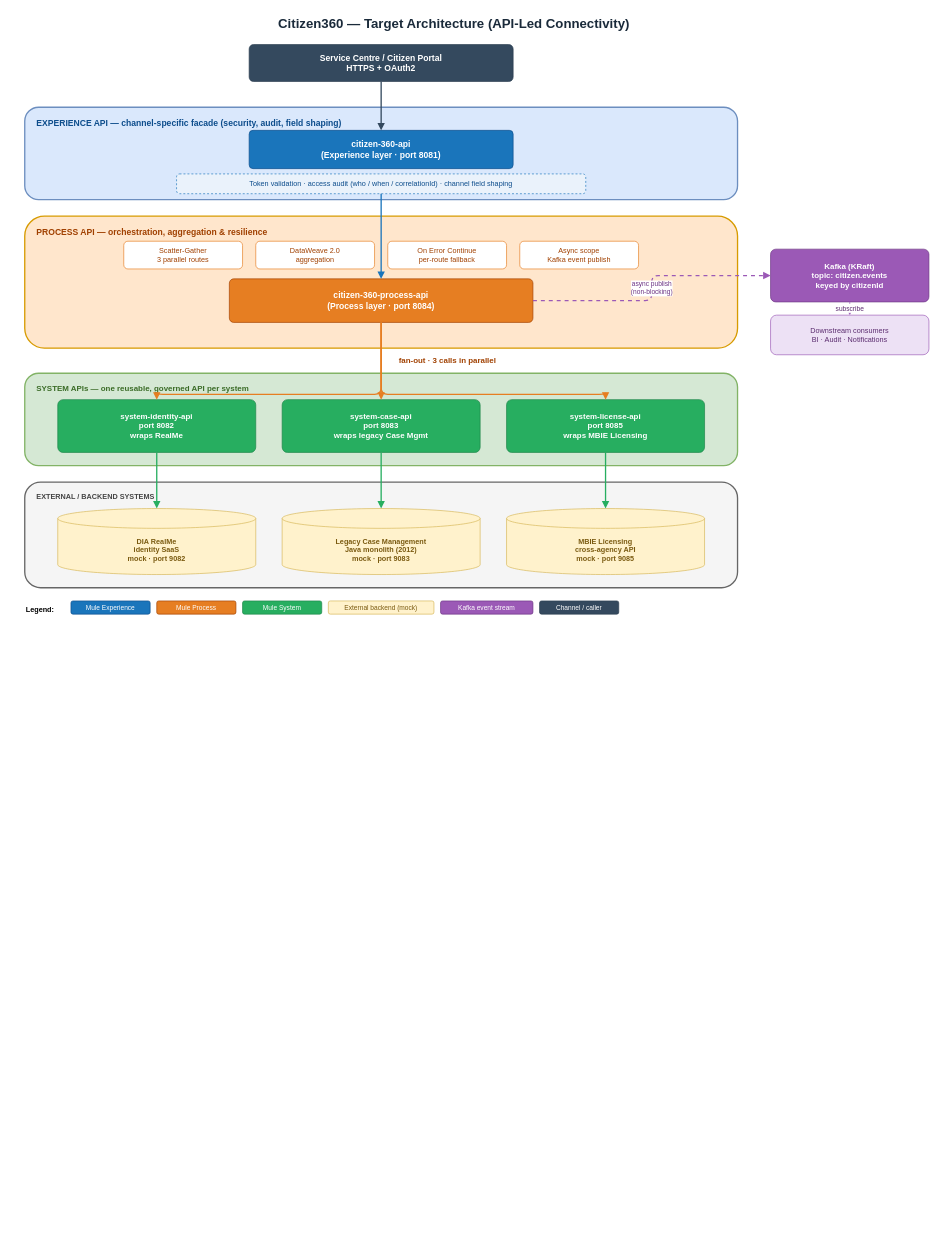
Before: docs/target-architecture.drawio in Bellick-Jiao/mulesoft-citizen360, a draw.io diagram. Source tidied: cells renumbered, new cells numbered last; positions are measured from the earlier drawing's top-left corner, leaving out a move shared by most shapes. Both pictures are drawn from the tidied source at 66%, with x=0, y=0 at pixel (24, 11).
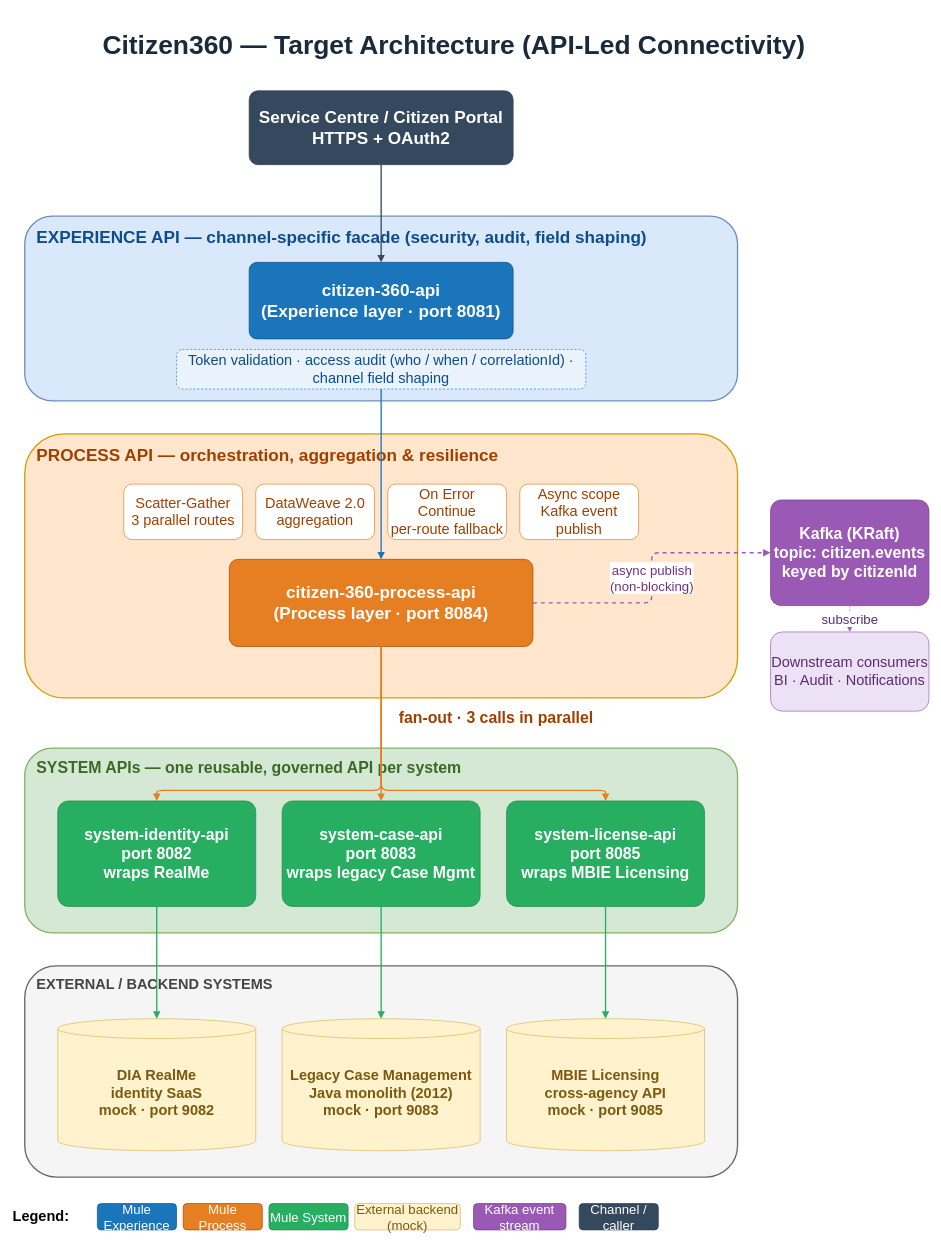
The same diagram, later.

What changed in the source:
```diff
@@
-    <mxCell id="2" value="Citizen360 — Target Architecture (API-Led Connectivity)" style="text;html=1;fontSize=20;fontStyle=1;align=center;fontColor=#1a2a3a;" parent="1" vertex="1">
-      <mxGeometry x="300" width="700" height="32" as="geometry" />
+    <mxCell id="2" value="Citizen360 — Target Architecture (API-Led Connectivity)" style="text;html=1;fontSize=40;fontStyle=1;align=center;fontColor=#1a2a3a;" parent="1" vertex="1">
+      <mxGeometry x="300" y="20" width="700" height="64" as="geometry" />
     </mxCell>
-    <mxCell id="3" value="Service Centre / Citizen Portal&#10;HTTPS + OAuth2" style="rounded=1;whiteSpace=wrap;html=1;fillColor=#34495e;strokeColor=#2c3e50;fontColor=#ffffff;fontSize=13;fontStyle=1;arcSize=12;" parent="1" vertex="1">
-      <mxGeometry x="340" y="50" width="400" height="56" as="geometry" />
+    <mxCell id="3" value="Service Centre / Citizen Portal&#10;HTTPS + OAuth2" style="rounded=1;whiteSpace=wrap;html=1;fillColor=#34495e;strokeColor=#2c3e50;fontColor=#ffffff;fontSize=26;fontStyle=1;arcSize=12;" parent="1" vertex="1">
+      <mxGeometry x="340" y="120" width="400" height="112" as="geometry" />
     </mxCell>
-    <mxCell id="4" value="EXPERIENCE API — channel-specific facade (security, audit, field shaping)" style="rounded=1;whiteSpace=wrap;html=1;fillColor=#dae8fc;strokeColor=#6c8ebf;strokeWidth=2;verticalAlign=top;fontStyle=1;fontSize=13;align=left;spacingLeft=16;spacingTop=10;fontColor=#0d4d8c;" parent="1" vertex="1">
-      <mxGeometry y="145" width="1080" height="140" as="geometry" />
+    <mxCell id="4" value="EXPERIENCE API — channel-specific facade (security, audit, field shaping)" style="rounded=1;whiteSpace=wrap;html=1;fillColor=#dae8fc;strokeColor=#6c8ebf;strokeWidth=2;verticalAlign=top;fontStyle=1;fontSize=26;align=left;spacingLeft=16;spacingTop=10;fontColor=#0d4d8c;" parent="1" vertex="1">
+      <mxGeometry y="310" width="1080" height="280" as="geometry" />
     </mxCell>
-    <mxCell id="5" value="citizen-360-api&#10;(Experience layer · port 8081)" style="rounded=1;whiteSpace=wrap;html=1;fillColor=#1a75bb;strokeColor=#0d4d8c;fontColor=#ffffff;fontSize=13;fontStyle=1;arcSize=10;" parent="1" vertex="1">
-      <mxGeometry x="340" y="180" width="400" height="58" as="geometry" />
+    <mxCell id="5" value="citizen-360-api&#10;(Experience layer · port 8081)" style="rounded=1;whiteSpace=wrap;html=1;fillColor=#1a75bb;strokeColor=#0d4d8c;fontColor=#ffffff;fontSize=26;fontStyle=1;arcSize=10;" parent="1" vertex="1">
+      <mxGeometry x="340" y="380" width="400" height="116" as="geometry" />
     </mxCell>
-    <mxCell id="6" value="Token validation · access audit (who / when / correlationId) · channel field shaping" style="rounded=1;whiteSpace=wrap;html=1;fillColor=#eaf2fb;strokeColor=#1a75bb;fontSize=11;dashed=1;fontColor=#0d4d8c;" parent="1" vertex="1">
-      <mxGeometry x="230" y="246" width="620" height="30" as="geometry" />
+    <mxCell id="6" value="Token validation · access audit (who / when / correlationId) · channel field shaping" style="rounded=1;whiteSpace=wrap;html=1;fillColor=#eaf2fb;strokeColor=#1a75bb;fontSize=22;dashed=1;fontColor=#0d4d8c;" parent="1" vertex="1">
+      <mxGeometry x="230" y="512" width="620" height="60" as="geometry" />
     </mxCell>
-    <mxCell id="7" value="PROCESS API — orchestration, aggregation &amp; resilience" style="rounded=1;whiteSpace=wrap;html=1;fillColor=#ffe6cc;strokeColor=#d79b00;strokeWidth=2;verticalAlign=top;fontStyle=1;fontSize=13;align=left;spacingLeft=16;spacingTop=10;fontColor=#a04000;" parent="1" vertex="1">
-      <mxGeometry y="310" width="1080" height="200" as="geometry" />
+    <mxCell id="7" value="PROCESS API — orchestration, aggregation &amp; resilience" style="rounded=1;whiteSpace=wrap;html=1;fillColor=#ffe6cc;strokeColor=#d79b00;strokeWidth=2;verticalAlign=top;fontStyle=1;fontSize=26;align=left;spacingLeft=16;spacingTop=10;fontColor=#a04000;" parent="1" vertex="1">
+      <mxGeometry y="640" width="1080" height="400" as="geometry" />
     </mxCell>
-    <mxCell id="8" value="Scatter-Gather&#10;3 parallel routes" style="rounded=1;whiteSpace=wrap;html=1;fillColor=#ffffff;strokeColor=#e67e22;fontSize=11;fontColor=#a04000;" parent="1" vertex="1">
-      <mxGeometry x="150" y="348" width="180" height="42" as="geometry" />
+    <mxCell id="8" value="Scatter-Gather&#10;3 parallel routes" style="rounded=1;whiteSpace=wrap;html=1;fillColor=#ffffff;strokeColor=#e67e22;fontSize=22;fontColor=#a04000;" parent="1" vertex="1">
+      <mxGeometry x="150" y="716" width="180" height="84" as="geometry" />
     </mxCell>
-    <mxCell id="9" value="DataWeave 2.0&#10;aggregation" style="rounded=1;whiteSpace=wrap;html=1;fillColor=#ffffff;strokeColor=#e67e22;fontSize=11;fontColor=#a04000;" parent="1" vertex="1">
-      <mxGeometry x="350" y="348" width="180" height="42" as="geometry" />
+    <mxCell id="9" value="DataWeave 2.0&#10;aggregation" style="rounded=1;whiteSpace=wrap;html=1;fillColor=#ffffff;strokeColor=#e67e22;fontSize=22;fontColor=#a04000;" parent="1" vertex="1">
+      <mxGeometry x="350" y="716" width="180" height="84" as="geometry" />
     </mxCell>
-    <mxCell id="10" value="On Error Continue&#10;per-route fallback" style="rounded=1;whiteSpace=wrap;html=1;fillColor=#ffffff;strokeColor=#e67e22;fontSize=11;fontColor=#a04000;" parent="1" vertex="1">
-      <mxGeometry x="550" y="348" width="180" height="42" as="geometry" />
+    <mxCell id="10" value="On Error Continue&#10;per-route fallback" style="rounded=1;whiteSpace=wrap;html=1;fillColor=#ffffff;strokeColor=#e67e22;fontSize=22;fontColor=#a04000;" parent="1" vertex="1">
+      <mxGeometry x="550" y="716" width="180" height="84" as="geometry" />
     </mxCell>
-    <mxCell id="11" value="Async scope&#10;Kafka event publish" style="rounded=1;whiteSpace=wrap;html=1;fillColor=#ffffff;strokeColor=#e67e22;fontSize=11;fontColor=#a04000;" parent="1" vertex="1">
-      <mxGeometry x="750" y="348" width="180" height="42" as="geometry" />
+    <mxCell id="11" value="Async scope&#10;Kafka event publish" style="rounded=1;whiteSpace=wrap;html=1;fillColor=#ffffff;strokeColor=#e67e22;fontSize=22;fontColor=#a04000;" parent="1" vertex="1">
+      <mxGeometry x="750" y="716" width="180" height="84" as="geometry" />
     </mxCell>
-    <mxCell id="12" value="citizen-360-process-api&#10;(Process layer · port 8084)" style="rounded=1;whiteSpace=wrap;html=1;fillColor=#e67e22;strokeColor=#a04000;fontColor=#ffffff;fontSize=13;fontStyle=1;arcSize=10;" parent="1" vertex="1">
-      <mxGeometry x="310" y="405" width="460" height="66" as="geometry" />
+    <mxCell id="12" value="citizen-360-process-api&#10;(Process layer · port 8084)" style="rounded=1;whiteSpace=wrap;html=1;fillColor=#e67e22;strokeColor=#a04000;fontColor=#ffffff;fontSize=26;fontStyle=1;arcSize=10;" parent="1" vertex="1">
+      <mxGeometry x="310" y="830" width="460" height="132" as="geometry" />
     </mxCell>
-    <mxCell id="13" value="fan-out · 3 calls in parallel" style="text;html=1;fontSize=12;fontStyle=1;align=left;fontColor=#a04000;labelBackgroundColor=#ffffff;" parent="1" vertex="1">
-      <mxGeometry x="565" y="515" width="230" height="18" as="geometry" />
+    <mxCell id="13" value="fan-out · 3 calls in parallel" style="text;html=1;fontSize=24;fontStyle=1;align=left;fontColor=#a04000;labelBackgroundColor=#ffffff;" parent="1" vertex="1">
+      <mxGeometry x="565" y="1050" width="230" height="36" as="geometry" />
     </mxCell>
-    <mxCell id="14" value="SYSTEM APIs — one reusable, governed API per system" style="rounded=1;whiteSpace=wrap;html=1;fillColor=#d5e8d4;strokeColor=#82b366;strokeWidth=2;verticalAlign=top;fontStyle=1;fontSize=12;align=left;spacingLeft=16;spacingTop=9;fontColor=#3a6b26;" parent="1" vertex="1">
-      <mxGeometry y="548" width="1080" height="140" as="geometry" />
+    <mxCell id="14" value="SYSTEM APIs — one reusable, governed API per system" style="rounded=1;whiteSpace=wrap;html=1;fillColor=#d5e8d4;strokeColor=#82b366;strokeWidth=2;verticalAlign=top;fontStyle=1;fontSize=24;align=left;spacingLeft=16;spacingTop=9;fontColor=#3a6b26;" parent="1" vertex="1">
+      <mxGeometry y="1116" width="1080" height="280" as="geometry" />
     </mxCell>
-    <mxCell id="15" value="system-identity-api&#10;port 8082&#10;wraps RealMe" style="rounded=1;whiteSpace=wrap;html=1;fillColor=#27ae60;strokeColor=#1e8449;fontColor=#ffffff;fontSize=12;fontStyle=1;arcSize=10;" parent="1" vertex="1">
-      <mxGeometry x="50" y="588" width="300" height="80" as="geometry" />
+    <mxCell id="15" value="system-identity-api&#10;port 8082&#10;wraps RealMe" style="rounded=1;whiteSpace=wrap;html=1;fillColor=#27ae60;strokeColor=#1e8449;fontColor=#ffffff;fontSize=24;fontStyle=1;arcSize=10;" parent="1" vertex="1">
+      <mxGeometry x="50" y="1196" width="300" height="160" as="geometry" />
     </mxCell>
-    <mxCell id="16" value="system-case-api&#10;port 8083&#10;wraps legacy Case Mgmt" style="rounded=1;whiteSpace=wrap;html=1;fillColor=#27ae60;strokeColor=#1e8449;fontColor=#ffffff;fontSize=12;fontStyle=1;arcSize=10;" parent="1" vertex="1">
-      <mxGeometry x="390" y="588" width="300" height="80" as="geometry" />
+    <mxCell id="16" value="system-case-api&#10;port 8083&#10;wraps legacy Case Mgmt" style="rounded=1;whiteSpace=wrap;html=1;fillColor=#27ae60;strokeColor=#1e8449;fontColor=#ffffff;fontSize=24;fontStyle=1;arcSize=10;" parent="1" vertex="1">
+      <mxGeometry x="390" y="1196" width="300" height="160" as="geometry" />
     </mxCell>
-    <mxCell id="17" value="system-license-api&#10;port 8085&#10;wraps MBIE Licensing" style="rounded=1;whiteSpace=wrap;html=1;fillColor=#27ae60;strokeColor=#1e8449;fontColor=#ffffff;fontSize=12;fontStyle=1;arcSize=10;" parent="1" vertex="1">
-      <mxGeometry x="730" y="588" width="300" height="80" as="geometry" />
+    <mxCell id="17" value="system-license-api&#10;port 8085&#10;wraps MBIE Licensing" style="rounded=1;whiteSpace=wrap;html=1;fillColor=#27ae60;strokeColor=#1e8449;fontColor=#ffffff;fontSize=24;fontStyle=1;arcSize=10;" parent="1" vertex="1">
+      <mxGeometry x="730" y="1196" width="300" height="160" as="geometry" />
     </mxCell>
-    <mxCell id="18" value="EXTERNAL / BACKEND SYSTEMS" style="rounded=1;whiteSpace=wrap;html=1;fillColor=#f5f5f5;strokeColor=#666666;strokeWidth=2;verticalAlign=top;fontStyle=1;fontSize=11;align=left;spacingLeft=16;spacingTop=9;fontColor=#444444;" parent="1" vertex="1">
-      <mxGeometry y="713" width="1080" height="160" as="geometry" />
+    <mxCell id="18" value="EXTERNAL / BACKEND SYSTEMS" style="rounded=1;whiteSpace=wrap;html=1;fillColor=#f5f5f5;strokeColor=#666666;strokeWidth=2;verticalAlign=top;fontStyle=1;fontSize=22;align=left;spacingLeft=16;spacingTop=9;fontColor=#444444;" parent="1" vertex="1">
+      <mxGeometry y="1446" width="1080" height="320" as="geometry" />
     </mxCell>
-    <mxCell id="19" value="DIA RealMe&#10;identity SaaS&#10;mock · port 9082" style="shape=cylinder3;whiteSpace=wrap;html=1;boundedLbl=1;fillColor=#fff2cc;strokeColor=#d6b656;fontSize=11;fontStyle=1;fontColor=#7a5a10;" parent="1" vertex="1">
-      <mxGeometry x="50" y="753" width="300" height="100" as="geometry" />
+    <mxCell id="19" value="DIA RealMe&#10;identity SaaS&#10;mock · port 9082" style="shape=cylinder3;whiteSpace=wrap;html=1;boundedLbl=1;fillColor=#fff2cc;strokeColor=#d6b656;fontSize=22;fontStyle=1;fontColor=#7a5a10;" parent="1" vertex="1">
+      <mxGeometry x="50" y="1526" width="300" height="200" as="geometry" />
     </mxCell>
-    <mxCell id="20" value="Legacy Case Management&#10;Java monolith (2012)&#10;mock · port 9083" style="shape=cylinder3;whiteSpace=wrap;html=1;boundedLbl=1;fillColor=#fff2cc;strokeColor=#d6b656;fontSize=11;fontStyle=1;fontColor=#7a5a10;" parent="1" vertex="1">
-      <mxGeometry x="390" y="753" width="300" height="100" as="geometry" />
+    <mxCell id="20" value="Legacy Case Management&#10;Java monolith (2012)&#10;mock · port 9083" style="shape=cylinder3;whiteSpace=wrap;html=1;boundedLbl=1;fillColor=#fff2cc;strokeColor=#d6b656;fontSize=22;fontStyle=1;fontColor=#7a5a10;" parent="1" vertex="1">
+      <mxGeometry x="390" y="1526" width="300" height="200" as="geometry" />
     </mxCell>
-    <mxCell id="21" value="MBIE Licensing&#10;cross-agency API&#10;mock · port 9085" style="shape=cylinder3;whiteSpace=wrap;html=1;boundedLbl=1;fillColor=#fff2cc;strokeColor=#d6b656;fontSize=11;fontStyle=1;fontColor=#7a5a10;" parent="1" vertex="1">
-      <mxGeometry x="730" y="753" width="300" height="100" as="geometry" />
+    <mxCell id="21" value="MBIE Licensing&#10;cross-agency API&#10;mock · port 9085" style="shape=cylinder3;whiteSpace=wrap;html=1;boundedLbl=1;fillColor=#fff2cc;strokeColor=#d6b656;fontSize=22;fontStyle=1;fontColor=#7a5a10;" parent="1" vertex="1">
+      <mxGeometry x="730" y="1526" width="300" height="200" as="geometry" />
     </mxCell>
-    <mxCell id="22" value="Kafka (KRaft)&#10;topic: citizen.events&#10;keyed by citizenId" style="rounded=1;whiteSpace=wrap;html=1;fillColor=#9b59b6;strokeColor=#6c3483;fontColor=#ffffff;fontSize=12;fontStyle=1;arcSize=10;" parent="1" vertex="1">
-      <mxGeometry x="1130" y="360" width="240" height="80" as="geometry" />
+    <mxCell id="22" value="Kafka (KRaft)&#10;topic: citizen.events&#10;keyed by citizenId" style="rounded=1;whiteSpace=wrap;html=1;fillColor=#9b59b6;strokeColor=#6c3483;fontColor=#ffffff;fontSize=24;fontStyle=1;arcSize=10;" parent="1" vertex="1">
+      <mxGeometry x="1130" y="740" width="240" height="160" as="geometry" />
     </mxCell>
-    <mxCell id="23" value="Downstream consumers&#10;BI · Audit · Notifications" style="rounded=1;whiteSpace=wrap;html=1;fillColor=#ede1f5;strokeColor=#9b59b6;fontSize=11;fontColor=#5b2c6f;" parent="1" vertex="1">
-      <mxGeometry x="1130" y="460" width="240" height="60" as="geometry" />
+    <mxCell id="23" value="Downstream consumers&#10;BI · Audit · Notifications" style="rounded=1;whiteSpace=wrap;html=1;fillColor=#ede1f5;strokeColor=#9b59b6;fontSize=22;fontColor=#5b2c6f;" parent="1" vertex="1">
+      <mxGeometry x="1130" y="940" width="240" height="120" as="geometry" />
     </mxCell>
@@
     <mxCell id="26" style="edgeStyle=orthogonalEdgeStyle;rounded=1;html=1;strokeWidth=2;strokeColor=#e67e22;endArrow=block;exitX=0.5;exitY=1;entryX=0.5;entryY=0;" parent="1" edge="1" source="12" target="15">
       <mxGeometry relative="1" as="geometry">
         <Array as="points">
-          <mxPoint x="540" y="580" />
-          <mxPoint x="200" y="580" />
+          <mxPoint x="540" y="1180" />
+          <mxPoint x="200" y="1180" />
         </Array>
       </mxGeometry>
     </mxCell>
@@
     <mxCell id="28" style="edgeStyle=orthogonalEdgeStyle;rounded=1;html=1;strokeWidth=2;strokeColor=#e67e22;endArrow=block;exitX=0.5;exitY=1;entryX=0.5;entryY=0;" parent="1" edge="1" source="12" target="17">
       <mxGeometry relative="1" as="geometry">
         <Array as="points">
-          <mxPoint x="540" y="580" />
-          <mxPoint x="880" y="580" />
+          <mxPoint x="540" y="1180" />
+          <mxPoint x="880" y="1180" />
         </Array>
       </mxGeometry>
     </mxCell>
@@
-    <mxCell id="32" value="async publish&#10;(non-blocking)" style="edgeStyle=orthogonalEdgeStyle;rounded=1;html=1;strokeWidth=2;strokeColor=#9b59b6;dashed=1;endArrow=block;exitX=1;exitY=0.5;entryX=0;entryY=0.5;fontSize=10;fontColor=#6c3483;" parent="1" edge="1" source="12" target="22">
+    <mxCell id="32" value="async publish&#10;(non-blocking)" style="edgeStyle=orthogonalEdgeStyle;rounded=1;html=1;strokeWidth=2;strokeColor=#9b59b6;dashed=1;endArrow=block;exitX=1;exitY=0.5;entryX=0;entryY=0.5;fontSize=20;fontColor=#6c3483;" parent="1" edge="1" source="12" target="22">
       <mxGeometry relative="1" as="geometry" />
     </mxCell>
-    <mxCell id="33" value="subscribe" style="edgeStyle=orthogonalEdgeStyle;rounded=1;html=1;strokeWidth=1;strokeColor=#9b59b6;dashed=1;endArrow=block;exitX=0.5;exitY=1;entryX=0.5;entryY=0;fontSize=10;fontColor=#5b2c6f;" parent="1" edge="1" source="22" target="23">
+    <mxCell id="33" value="subscribe" style="edgeStyle=orthogonalEdgeStyle;rounded=1;html=1;strokeWidth=1;strokeColor=#9b59b6;dashed=1;endArrow=block;exitX=0.5;exitY=1;entryX=0.5;entryY=0;fontSize=20;fontColor=#5b2c6f;" parent="1" edge="1" source="22" target="23">
       <mxGeometry relative="1" as="geometry" />
     </mxCell>
-    <mxCell id="34" value="Legend:" style="text;html=1;fontSize=11;fontStyle=1;align=left;" parent="1" vertex="1">
-      <mxGeometry y="893" width="60" height="20" as="geometry" />
+    <mxCell id="34" value="Legend:" style="text;html=1;fontSize=22;fontStyle=1;align=left;" parent="1" vertex="1">
+      <mxGeometry x="-20" y="1806" width="120" height="40" as="geometry" />
     </mxCell>
-    <mxCell id="35" value="Mule Experience" style="rounded=1;whiteSpace=wrap;html=1;fillColor=#1a75bb;strokeColor=#0d4d8c;fontColor=#ffffff;fontSize=10;" parent="1" vertex="1">
-      <mxGeometry x="70" y="893" width="120" height="20" as="geometry" />
+    <mxCell id="35" value="Mule Experience" style="rounded=1;whiteSpace=wrap;html=1;fillColor=#1a75bb;strokeColor=#0d4d8c;fontColor=#ffffff;fontSize=20;" parent="1" vertex="1">
+      <mxGeometry x="110" y="1806" width="120" height="40" as="geometry" />
     </mxCell>
-    <mxCell id="36" value="Mule Process" style="rounded=1;whiteSpace=wrap;html=1;fillColor=#e67e22;strokeColor=#a04000;fontColor=#ffffff;fontSize=10;" parent="1" vertex="1">
-      <mxGeometry x="200" y="893" width="120" height="20" as="geometry" />
+    <mxCell id="36" value="Mule Process" style="rounded=1;whiteSpace=wrap;html=1;fillColor=#e67e22;strokeColor=#a04000;fontColor=#ffffff;fontSize=20;" parent="1" vertex="1">
+      <mxGeometry x="240" y="1806" width="120" height="40" as="geometry" />
     </mxCell>
-    <mxCell id="37" value="Mule System" style="rounded=1;whiteSpace=wrap;html=1;fillColor=#27ae60;strokeColor=#1e8449;fontColor=#ffffff;fontSize=10;" parent="1" vertex="1">
-      <mxGeometry x="330" y="893" width="120" height="20" as="geometry" />
+    <mxCell id="37" value="Mule System" style="rounded=1;whiteSpace=wrap;html=1;fillColor=#27ae60;strokeColor=#1e8449;fontColor=#ffffff;fontSize=20;" parent="1" vertex="1">
+      <mxGeometry x="370" y="1806" width="120" height="40" as="geometry" />
     </mxCell>
-    <mxCell id="38" value="External backend (mock)" style="rounded=1;whiteSpace=wrap;html=1;fillColor=#fff2cc;strokeColor=#d6b656;fontColor=#7a5a10;fontSize=10;" parent="1" vertex="1">
-      <mxGeometry x="460" y="893" width="160" height="20" as="geometry" />
+    <mxCell id="38" value="External backend (mock)" style="rounded=1;whiteSpace=wrap;html=1;fillColor=#fff2cc;strokeColor=#d6b656;fontColor=#7a5a10;fontSize=20;" parent="1" vertex="1">
+      <mxGeometry x="500" y="1806" width="160" height="40" as="geometry" />
     </mxCell>
-    <mxCell id="39" value="Kafka event stream" style="rounded=1;whiteSpace=wrap;html=1;fillColor=#9b59b6;strokeColor=#6c3483;fontColor=#ffffff;fontSize=10;" parent="1" vertex="1">
-      <mxGeometry x="630" y="893" width="140" height="20" as="geometry" />
+    <mxCell id="39" value="Kafka event stream" style="rounded=1;whiteSpace=wrap;html=1;fillColor=#9b59b6;strokeColor=#6c3483;fontColor=#ffffff;fontSize=20;" parent="1" vertex="1">
+      <mxGeometry x="680" y="1806" width="140" height="40" as="geometry" />
     </mxCell>
-    <mxCell id="40" value="Channel / caller" style="rounded=1;whiteSpace=wrap;html=1;fillColor=#34495e;strokeColor=#2c3e50;fontColor=#ffffff;fontSize=10;" parent="1" vertex="1">
-      <mxGeometry x="780" y="893" width="120" height="20" as="geometry" />
+    <mxCell id="40" value="Channel / caller" style="rounded=1;whiteSpace=wrap;html=1;fillColor=#34495e;strokeColor=#2c3e50;fontColor=#ffffff;fontSize=20;" parent="1" vertex="1">
+      <mxGeometry x="840" y="1806" width="120" height="40" as="geometry" />
     </mxCell>
```
